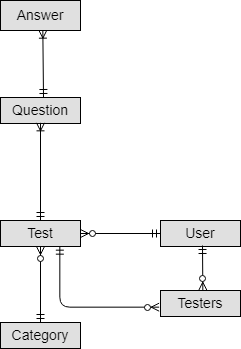
Kseniya82/first-test keeps this draw.io diagram as schema.png. Above is the earlier version. Source tidied: cells renumbered, new cells last; positions are measured from the earlier drawing's top-left corner, leaving out a move shared by most shapes.
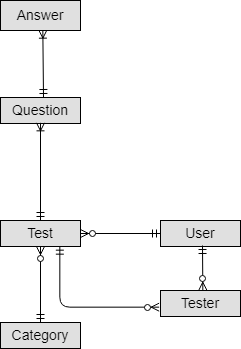
The same file after the commit.

What changed in the source:
```diff
@@ -31,7 +31,7 @@
     <mxCell id="10" style="fontSize=12;html=1;endArrow=ERzeroToMany;startArrow=ERmandOne;exitX=0;exitY=0.5;entryX=1;entryY=0.5;" parent="1" edge="1" source="4" target="2">
       <mxGeometry relative="1" as="geometry" />
     </mxCell>
-    <mxCell id="11" value="Testers" style="text;align=center;verticalAlign=middle;spacingLeft=4;spacingRight=4;strokeColor=#000000;fillColor=#e0e0e0;points=[[0,0.5],[1,0.5]];portConstraint=eastwest;fontSize=14;" parent="1" vertex="1">
+    <mxCell id="11" value="Tester" style="text;align=center;verticalAlign=middle;spacingLeft=4;spacingRight=4;strokeColor=#000000;fillColor=#e0e0e0;points=[[0,0.5],[1,0.5]];portConstraint=eastwest;fontSize=14;" parent="1" vertex="1">
       <mxGeometry x="160" y="290" width="80" height="26" as="geometry" />
     </mxCell>
     <mxCell id="12" style="fontSize=12;html=1;endArrow=ERzeroToMany;startArrow=ERmandOne;entryX=0.529;entryY=-0.013;entryPerimeter=0;" parent="1" edge="1" target="11">
```
